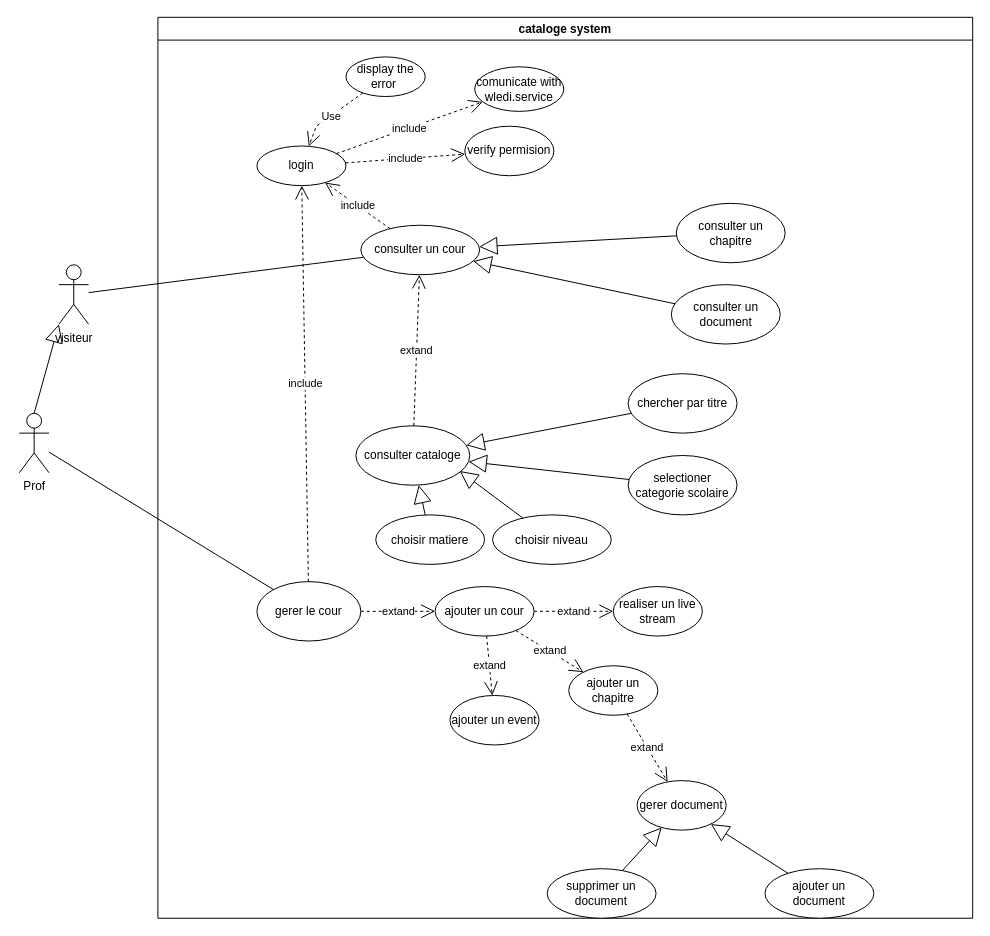
The draw.io diagram use_case_catalog.drawio in faresUnderScore999/test1.0, before the edit. Source tidied: cells renumbered, new cells numbered last; positions are measured from the earlier drawing's top-left corner, leaving out a move shared by most shapes. Both pictures are drawn from the tidied source at 99%, with x=0, y=0 at pixel (19, 17).
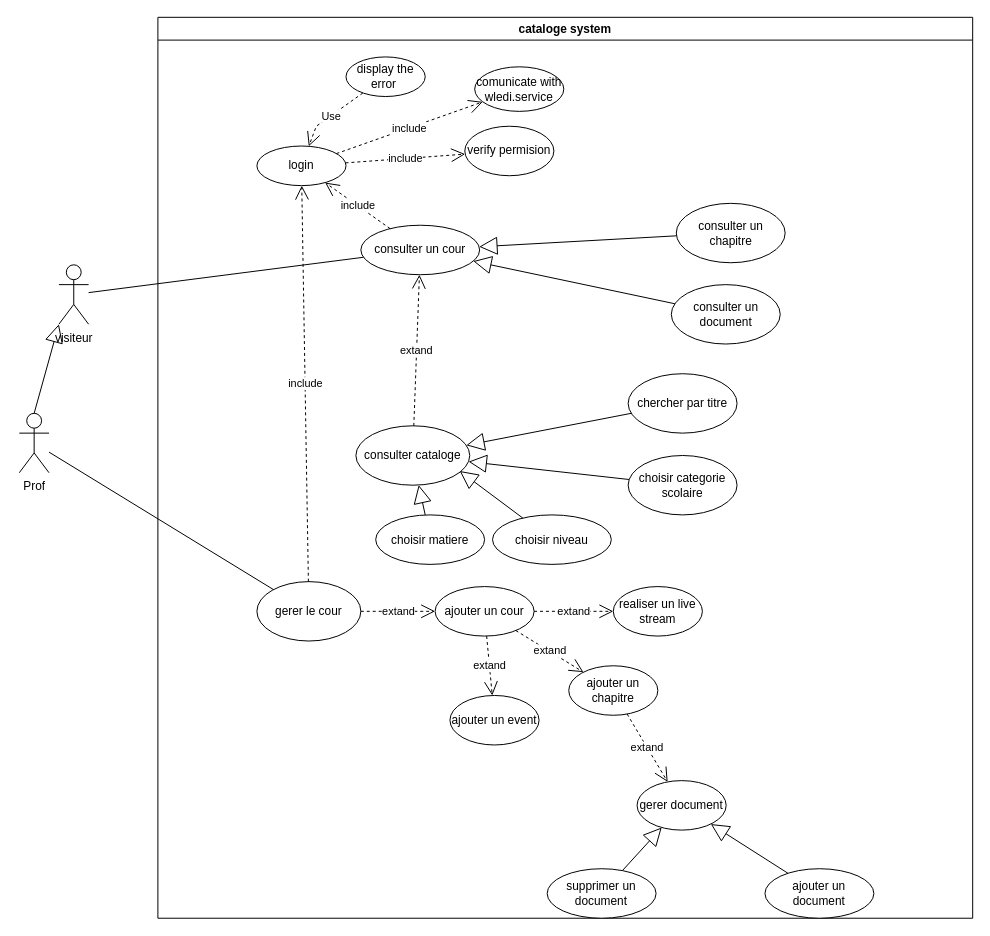
Above is the later version.

Commit message (it also covers changes not shown here):
Mettre à jour use_case_catalog.drawio

Unchanged cells that the change refers to:
```xml
<mxCell id="3" value="cataloge system" style="swimlane;whiteSpace=wrap;html=1;" parent="1" vertex="1">
  <mxGeometry x="140" width="823" height="910" as="geometry" />
</mxCell>
```

The edit, as a diff of the source:
```diff
@@
-    <mxCell id="17" value="selectioner categorie scolaire" style="ellipse;whiteSpace=wrap;html=1;" parent="3" vertex="1">
+    <mxCell id="17" value="choisir categorie scolaire" style="ellipse;whiteSpace=wrap;html=1;" parent="3" vertex="1">
       <mxGeometry x="475" y="442.6" width="110" height="60" as="geometry" />
     </mxCell>
```
